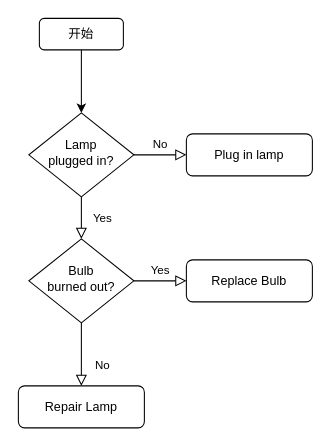
Earlier version of the draw.io diagram Untitled Diagram.drawio (111ZhuXueke/Hello-English). Source tidied: cells renumbered, new cells numbered last; positions are measured from the earlier drawing's top-left corner, leaving out a move shared by most shapes. Both pictures are drawn from the tidied source at 105%, with x=0, y=0 at pixel (18, 18).
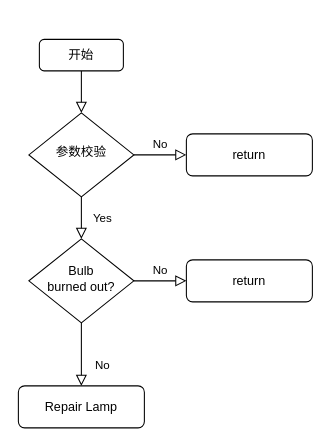
Above is the later version.

Commit message:
批量背调文件上传设计流程图

The edit, as a diff of the source:
```diff
@@
 <mxGraphModel>
   <root>
     <mxCell id="0" />
     <mxCell id="1" parent="0" />
     <mxCell id="2" value="Yes" style="rounded=0;html=1;jettySize=auto;fontSize=11;endArrow=block;endFill=0;endSize=8;strokeWidth=1;shadow=0;labelBackgroundColor=none;edgeStyle=orthogonalEdgeStyle;" parent="1" edge="1" source="4" target="8">
       <mxGeometry y="20" relative="1" as="geometry" />
     </mxCell>
     <mxCell id="3" value="No" style="edgeStyle=orthogonalEdgeStyle;rounded=0;html=1;jettySize=auto;fontSize=11;endArrow=block;endFill=0;endSize=8;strokeWidth=1;shadow=0;labelBackgroundColor=none;" parent="1" edge="1" source="4" target="5">
       <mxGeometry y="10" relative="1" as="geometry" />
     </mxCell>
-    <mxCell id="4" value="Lamp&lt;br&gt;plugged in?" style="rhombus;whiteSpace=wrap;html=1;shadow=0;fontFamily=Helvetica;fontSize=12;align=center;strokeWidth=1;spacing=6;spacingTop=-4;" parent="1" vertex="1">
+    <mxCell id="4" value="参数校验" style="rhombus;whiteSpace=wrap;html=1;shadow=0;fontFamily=Helvetica;fontSize=12;align=center;strokeWidth=1;spacing=6;spacingTop=-4;" parent="1" vertex="1">
       <mxGeometry x="10" y="90" width="100" height="80" as="geometry" />
     </mxCell>
-    <mxCell id="5" value="Plug in lamp" style="rounded=1;whiteSpace=wrap;html=1;fontSize=12;glass=0;strokeWidth=1;shadow=0;" parent="1" vertex="1">
+    <mxCell id="5" value="return" style="rounded=1;whiteSpace=wrap;html=1;fontSize=12;glass=0;strokeWidth=1;shadow=0;" parent="1" vertex="1">
       <mxGeometry x="160" y="110" width="120" height="40" as="geometry" />
     </mxCell>
     <mxCell id="6" value="No" style="rounded=0;html=1;jettySize=auto;fontSize=11;endArrow=block;endFill=0;endSize=8;strokeWidth=1;shadow=0;labelBackgroundColor=none;edgeStyle=orthogonalEdgeStyle;" parent="1" edge="1" source="8" target="9">
       <mxGeometry x="0.33" y="20" relative="1" as="geometry" />
     </mxCell>
-    <mxCell id="7" value="Yes" style="edgeStyle=orthogonalEdgeStyle;rounded=0;html=1;jettySize=auto;fontSize=11;endArrow=block;endFill=0;endSize=8;strokeWidth=1;shadow=0;labelBackgroundColor=none;" parent="1" edge="1" source="8" target="10">
+    <mxCell id="7" value="No" style="edgeStyle=orthogonalEdgeStyle;rounded=0;html=1;jettySize=auto;fontSize=11;endArrow=block;endFill=0;endSize=8;strokeWidth=1;shadow=0;labelBackgroundColor=none;" parent="1" edge="1" source="8" target="10">
       <mxGeometry y="10" relative="1" as="geometry" />
     </mxCell>
     <mxCell id="8" value="Bulb&lt;br&gt;burned out?" style="rhombus;whiteSpace=wrap;html=1;shadow=0;fontFamily=Helvetica;fontSize=12;align=center;strokeWidth=1;spacing=6;spacingTop=-4;" parent="1" vertex="1">
       <mxGeometry x="10" y="210" width="100" height="80" as="geometry" />
     </mxCell>
     <mxCell id="9" value="Repair Lamp" style="rounded=1;whiteSpace=wrap;html=1;fontSize=12;glass=0;strokeWidth=1;shadow=0;" parent="1" vertex="1">
       <mxGeometry y="350" width="120" height="40" as="geometry" />
     </mxCell>
-    <mxCell id="10" value="Replace Bulb" style="rounded=1;whiteSpace=wrap;html=1;fontSize=12;glass=0;strokeWidth=1;shadow=0;" parent="1" vertex="1">
+    <mxCell id="10" value="return" style="rounded=1;whiteSpace=wrap;html=1;fontSize=12;glass=0;strokeWidth=1;shadow=0;" parent="1" vertex="1">
       <mxGeometry x="160" y="230" width="120" height="40" as="geometry" />
     </mxCell>
-    <mxCell id="11" style="edgeStyle=orthogonalEdgeStyle;rounded=0;jettySize=auto;html=1;exitX=0.5;exitY=1;exitDx=0;exitDy=0;" parent="1" edge="1" source="12" target="4">
+    <mxCell id="11" style="edgeStyle=orthogonalEdgeStyle;rounded=0;jettySize=auto;html=1;exitX=0.5;exitY=1;exitDx=0;exitDy=0;endArrow=block;endFill=0;endSize=8;" parent="1" edge="1" source="12" target="4">
       <mxGeometry relative="1" as="geometry" />
     </mxCell>
     <mxCell id="12" value="开始" style="rounded=1;whiteSpace=wrap;html=1;" parent="1" vertex="1">
-      <mxGeometry x="20" width="80" height="30" as="geometry" />
+      <mxGeometry x="20" y="20" width="80" height="30" as="geometry" />
     </mxCell>
   </root>
 </mxGraphModel>
```
